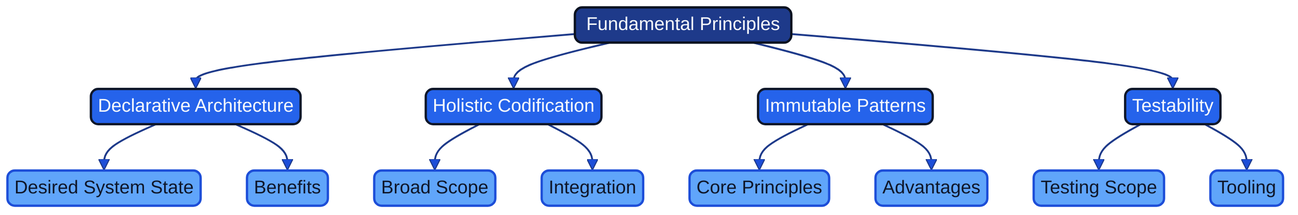
Earlier version of the Mermaid export docs/images/mindmap_02_principles.png (Geonitab/architecture_as_code). Its source is kept beside it as docs/images/mindmap_02_principles.mmd.
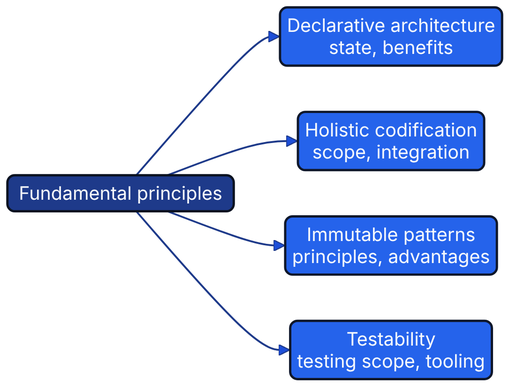
Later version of the same file.

What changed in the source:
```diff
@@ -1,14 +1,10 @@
-graph TD
-    ROOT(["Fundamental Principles"]):::geon-primary
-    ROOT --> DA["Declarative Architecture"]:::geon-accent
-    ROOT --> HC["Holistic Codification"]:::geon-accent
-    ROOT --> IP["Immutable Patterns"]:::geon-accent
-    ROOT --> T["Testability"]:::geon-accent
-    DA --> DA1["Desired System State"]:::geon-highlight
-    DA --> DA2["Benefits"]:::geon-highlight
-    HC --> HC1["Broad Scope"]:::geon-highlight
-    HC --> HC2["Integration"]:::geon-highlight
-    IP --> IP1["Core Principles"]:::geon-highlight
-    IP --> IP2["Advantages"]:::geon-highlight
-    T --> T1["Testing Scope"]:::geon-highlight
-    T --> T2["Tooling"]:::geon-highlight
+flowchart LR
+    ROOT(["Fundamental principles"]):::geon-primary
+    DA["Declarative architecture<br/>state, benefits"]:::geon-accent
+    HC["Holistic codification<br/>scope, integration"]:::geon-accent
+    IP["Immutable patterns<br/>principles, advantages"]:::geon-accent
+    T["Testability<br/>testing scope, tooling"]:::geon-accent
+    ROOT --> DA
+    ROOT --> HC
+    ROOT --> IP
+    ROOT --> T
```
